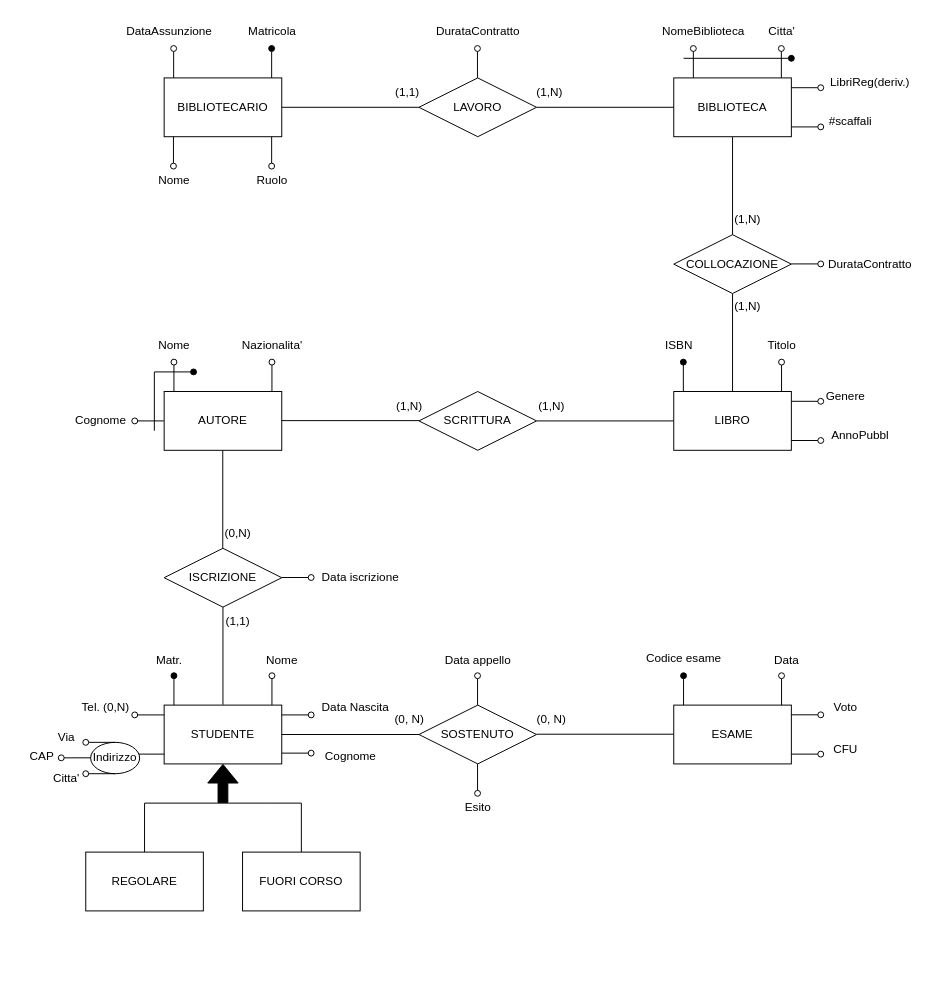
Before: Biblioteca.drawio in alexbnls/BasiDati, a draw.io diagram. Source tidied: cells renumbered, new cells numbered last; positions are measured from the earlier drawing's top-left corner, leaving out a move shared by most shapes. Both pictures are drawn from the tidied source at 98%, with x=0, y=0 at pixel (17, 17).
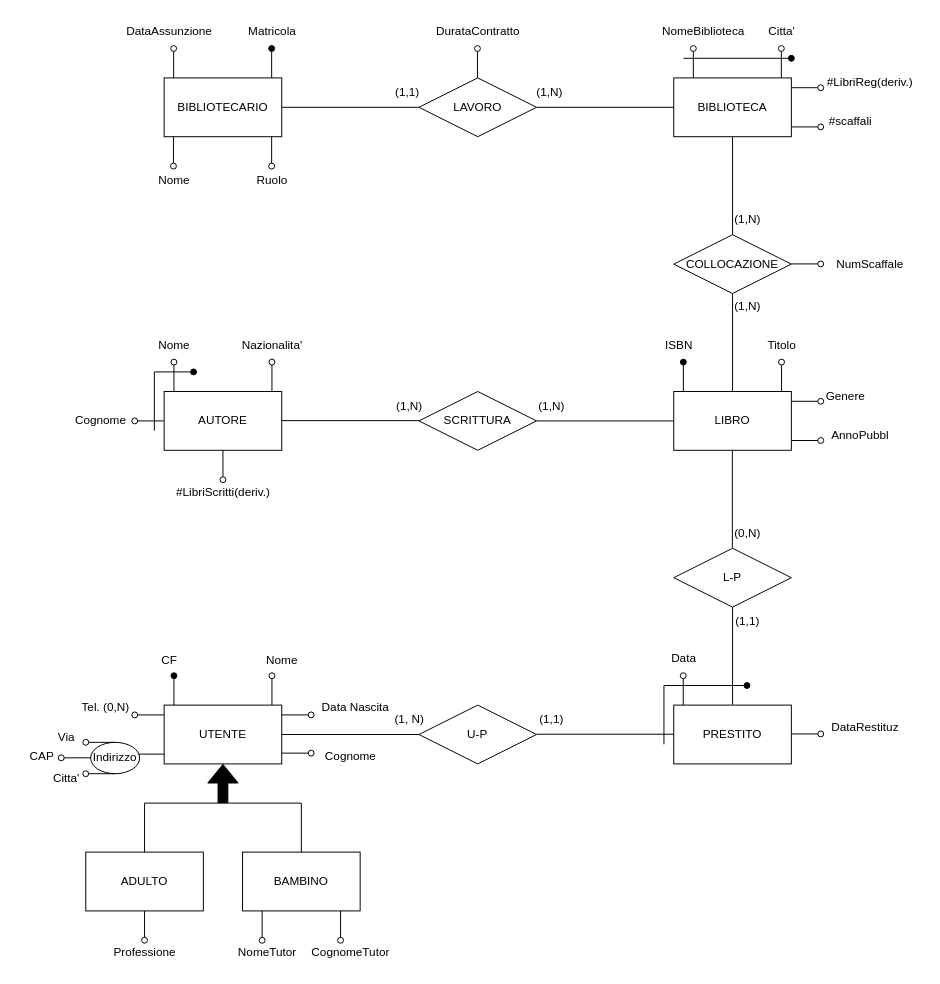
Above is the later version.

Diff of the diagram source:
```diff
@@
-    <mxCell id="2" value="STUDENTE" style="rounded=0;whiteSpace=wrap;html=1;" parent="1" vertex="1">
+    <mxCell id="2" value="UTENTE" style="rounded=0;whiteSpace=wrap;html=1;" parent="1" vertex="1">
       <mxGeometry x="150" y="702" width="120" height="60" as="geometry" />
     </mxCell>
@@
-    <mxCell id="6" value="REGOLARE" style="rounded=0;whiteSpace=wrap;html=1;" parent="1" vertex="1">
+    <mxCell id="6" value="ADULTO" style="rounded=0;whiteSpace=wrap;html=1;" parent="1" vertex="1">
       <mxGeometry x="70" y="852" width="120" height="60" as="geometry" />
     </mxCell>
-    <mxCell id="7" value="FUORI CORSO" style="rounded=0;whiteSpace=wrap;html=1;" parent="1" vertex="1">
+    <mxCell id="7" value="BAMBINO" style="rounded=0;whiteSpace=wrap;html=1;" parent="1" vertex="1">
       <mxGeometry x="230" y="852" width="120" height="60" as="geometry" />
     </mxCell>
@@
-    <mxCell id="9" value="Matr." style="text;html=1;align=center;verticalAlign=middle;strokeColor=none;fillColor=none;" parent="1" vertex="1">
-      <mxGeometry x="130" y="642" width="50" height="30" as="geometry" />
+    <mxCell id="9" value="CF" style="text;html=1;align=center;verticalAlign=middle;strokeColor=none;fillColor=none;" parent="1" vertex="1">
+      <mxGeometry x="135" y="642" width="40" height="30" as="geometry" />
     </mxCell>
@@
-    <mxCell id="26" value="SOSTENUTO" style="rhombus;whiteSpace=wrap;html=1;" parent="1" vertex="1">
+    <mxCell id="26" value="U-P" style="rhombus;whiteSpace=wrap;html=1;" parent="1" vertex="1">
       <mxGeometry x="410" y="702" width="120" height="60" as="geometry" />
     </mxCell>
@@
-    <mxCell id="29" value="ESAME" style="rounded=0;whiteSpace=wrap;html=1;" parent="1" vertex="1">
+    <mxCell id="29" value="PRESTITO" style="rounded=0;whiteSpace=wrap;html=1;" parent="1" vertex="1">
       <mxGeometry x="670" y="702" width="120" height="60" as="geometry" />
     </mxCell>
-    <mxCell id="30" style="endArrow=oval;html=1;rounded=0;endFill=0;" parent="1" edge="1">
-      <mxGeometry relative="1" as="geometry">
-        <mxPoint x="469.8" y="702" as="sourcePoint" />
-        <mxPoint x="469.8" y="672" as="targetPoint" />
-      </mxGeometry>
-    </mxCell>
-    <mxCell id="31" value="Data appello" style="text;html=1;align=center;verticalAlign=middle;strokeColor=none;fillColor=none;" parent="1" vertex="1">
-      <mxGeometry x="425" y="642" width="90" height="30" as="geometry" />
-    </mxCell>
-    <mxCell id="32" style="endArrow=oval;html=1;rounded=0;endFill=0;" parent="1" edge="1">
-      <mxGeometry relative="1" as="geometry">
-        <mxPoint x="469.8" y="762" as="sourcePoint" />
-        <mxPoint x="469.8" y="792" as="targetPoint" />
-      </mxGeometry>
-    </mxCell>
-    <mxCell id="33" value="Esito" style="text;html=1;align=center;verticalAlign=middle;strokeColor=none;fillColor=none;" parent="1" vertex="1">
-      <mxGeometry x="445" y="792" width="50" height="30" as="geometry" />
-    </mxCell>
-    <mxCell id="34" value="(0, N)" style="text;html=1;align=center;verticalAlign=middle;strokeColor=none;fillColor=none;" parent="1" vertex="1">
+    <mxCell id="34" value="(1, N)" style="text;html=1;align=center;verticalAlign=middle;strokeColor=none;fillColor=none;" parent="1" vertex="1">
       <mxGeometry x="375" y="702" width="50" height="30" as="geometry" />
     </mxCell>
-    <mxCell id="35" value="(0, N)" style="text;html=1;align=center;verticalAlign=middle;strokeColor=none;fillColor=none;" parent="1" vertex="1">
+    <mxCell id="35" value="(1,1)" style="text;html=1;align=center;verticalAlign=middle;strokeColor=none;fillColor=none;" parent="1" vertex="1">
       <mxGeometry x="520" y="702" width="50" height="30" as="geometry" />
     </mxCell>
     <mxCell id="36" style="endArrow=oval;html=1;rounded=0;endFill=1;" parent="1" edge="1">
       <mxGeometry relative="1" as="geometry">
-        <mxPoint x="680" y="702" as="sourcePoint" />
-        <mxPoint x="680" y="672" as="targetPoint" />
+        <mxPoint x="660" y="742" as="sourcePoint" />
+        <mxPoint x="744.7" y="682" as="targetPoint" />
+        <Array as="points">
+          <mxPoint x="660" y="682" />
+        </Array>
       </mxGeometry>
     </mxCell>
-    <mxCell id="37" value="Codice esame" style="text;html=1;align=center;verticalAlign=middle;strokeColor=none;fillColor=none;" parent="1" vertex="1">
-      <mxGeometry x="630" y="640" width="100" height="30" as="geometry" />
+    <mxCell id="37" value="Data" style="text;html=1;align=center;verticalAlign=middle;strokeColor=none;fillColor=none;" parent="1" vertex="1">
+      <mxGeometry x="655" y="640" width="50" height="30" as="geometry" />
     </mxCell>
     <mxCell id="38" style="endArrow=oval;html=1;rounded=0;endFill=0;" parent="1" edge="1">
       <mxGeometry relative="1" as="geometry">
-        <mxPoint x="780" y="702" as="sourcePoint" />
-        <mxPoint x="780" y="672" as="targetPoint" />
+        <mxPoint x="679.7" y="702" as="sourcePoint" />
+        <mxPoint x="679.7" y="672" as="targetPoint" />
       </mxGeometry>
     </mxCell>
-    <mxCell id="39" value="Data" style="text;html=1;align=center;verticalAlign=middle;strokeColor=none;fillColor=none;" parent="1" vertex="1">
-      <mxGeometry x="760" y="642" width="50" height="30" as="geometry" />
-    </mxCell>
     <mxCell id="40" style="endArrow=oval;html=1;rounded=0;endFill=0;" parent="1" edge="1">
       <mxGeometry relative="1" as="geometry">
-        <mxPoint x="790" y="711.9" as="sourcePoint" />
-        <mxPoint x="820" y="711.9" as="targetPoint" />
+        <mxPoint x="790" y="731.4" as="sourcePoint" />
+        <mxPoint x="820" y="731.4" as="targetPoint" />
       </mxGeometry>
     </mxCell>
-    <mxCell id="41" value="Voto" style="text;html=1;align=center;verticalAlign=middle;strokeColor=none;fillColor=none;" parent="1" vertex="1">
-      <mxGeometry x="820" y="690" width="50" height="30" as="geometry" />
+    <mxCell id="41" value="DataRestituz" style="text;html=1;align=center;verticalAlign=middle;strokeColor=none;fillColor=none;" parent="1" vertex="1">
+      <mxGeometry x="820" y="710" width="90" height="30" as="geometry" />
     </mxCell>
-    <mxCell id="42" style="endArrow=oval;html=1;rounded=0;endFill=0;" parent="1" edge="1">
-      <mxGeometry relative="1" as="geometry">
-        <mxPoint x="790" y="752" as="sourcePoint" />
-        <mxPoint x="820" y="752" as="targetPoint" />
-      </mxGeometry>
-    </mxCell>
-    <mxCell id="43" value="CFU" style="text;html=1;align=center;verticalAlign=middle;strokeColor=none;fillColor=none;" parent="1" vertex="1">
-      <mxGeometry x="820" y="732" width="50" height="30" as="geometry" />
-    </mxCell>
-    <mxCell id="44" value="ISCRIZIONE" style="rhombus;whiteSpace=wrap;html=1;" parent="1" vertex="1">
-      <mxGeometry x="150" y="542" width="120" height="60" as="geometry" />
+    <mxCell id="44" value="L-P" style="rhombus;whiteSpace=wrap;html=1;" parent="1" vertex="1">
+      <mxGeometry x="670" y="542" width="120" height="60" as="geometry" />
     </mxCell>
     <mxCell id="45" style="endArrow=none;html=1;rounded=0;exitX=1;exitY=0.5;exitDx=0;exitDy=0;" parent="1" edge="1">
       <mxGeometry relative="1" as="geometry">
-        <mxPoint x="210" y="701.6" as="sourcePoint" />
-        <mxPoint x="210" y="602" as="targetPoint" />
+        <mxPoint x="730" y="701.6" as="sourcePoint" />
+        <mxPoint x="730" y="602" as="targetPoint" />
       </mxGeometry>
     </mxCell>
     <mxCell id="46" value="(1,1)" style="text;html=1;align=center;verticalAlign=middle;strokeColor=none;fillColor=none;" parent="1" vertex="1">
-      <mxGeometry x="200" y="602" width="50" height="30" as="geometry" />
+      <mxGeometry x="720" y="602" width="50" height="30" as="geometry" />
     </mxCell>
     <mxCell id="47" style="endArrow=none;html=1;rounded=0;exitX=1;exitY=0.5;exitDx=0;exitDy=0;" parent="1" edge="1">
       <mxGeometry relative="1" as="geometry">
-        <mxPoint x="209.8" y="541.6" as="sourcePoint" />
-        <mxPoint x="209.8" y="442" as="targetPoint" />
+        <mxPoint x="729.8" y="541.6" as="sourcePoint" />
+        <mxPoint x="729.8" y="442" as="targetPoint" />
       </mxGeometry>
     </mxCell>
-    <mxCell id="48" style="endArrow=oval;html=1;rounded=0;endFill=0;" parent="1" edge="1">
-      <mxGeometry relative="1" as="geometry">
-        <mxPoint x="270" y="571.8" as="sourcePoint" />
-        <mxPoint x="300" y="571.8" as="targetPoint" />
-      </mxGeometry>
-    </mxCell>
-    <mxCell id="49" value="Data iscrizione" style="text;html=1;align=center;verticalAlign=middle;strokeColor=none;fillColor=none;" parent="1" vertex="1">
-      <mxGeometry x="300" y="557" width="100" height="30" as="geometry" />
-    </mxCell>
     <mxCell id="50" value="(0,N)" style="text;html=1;align=center;verticalAlign=middle;strokeColor=none;fillColor=none;" parent="1" vertex="1">
-      <mxGeometry x="200" y="512" width="50" height="30" as="geometry" />
+      <mxGeometry x="720" y="512" width="50" height="30" as="geometry" />
     </mxCell>
@@
-    <mxCell id="82" value="LibriReg(deriv.)" style="text;html=1;align=center;verticalAlign=middle;strokeColor=none;fillColor=none;" parent="1" vertex="1">
-      <mxGeometry x="820" y="52" width="100" height="30" as="geometry" />
+    <mxCell id="82" value="#LibriReg(deriv.)" style="text;html=1;align=center;verticalAlign=middle;strokeColor=none;fillColor=none;" parent="1" vertex="1">
+      <mxGeometry x="815" y="52" width="110" height="30" as="geometry" />
     </mxCell>
@@
-    <mxCell id="105" value="DurataContratto" style="text;html=1;align=center;verticalAlign=middle;strokeColor=none;fillColor=none;" parent="1" vertex="1">
-      <mxGeometry x="815" y="237" width="110" height="30" as="geometry" />
+    <mxCell id="105" value="NumScaffale" style="text;html=1;align=center;verticalAlign=middle;strokeColor=none;fillColor=none;" parent="1" vertex="1">
+      <mxGeometry x="825" y="237" width="90" height="30" as="geometry" />
     </mxCell>
+    <mxCell id="106" style="endArrow=oval;html=1;rounded=0;endFill=0;" parent="1" edge="1">
+      <mxGeometry relative="1" as="geometry">
+        <mxPoint x="130" y="912" as="sourcePoint" />
+        <mxPoint x="130" y="942" as="targetPoint" />
+      </mxGeometry>
+    </mxCell>
+    <mxCell id="107" style="endArrow=oval;html=1;rounded=0;endFill=0;" parent="1" edge="1">
+      <mxGeometry relative="1" as="geometry">
+        <mxPoint x="250" y="912" as="sourcePoint" />
+        <mxPoint x="250" y="942" as="targetPoint" />
+      </mxGeometry>
+    </mxCell>
+    <mxCell id="108" value="Professione" style="text;html=1;align=center;verticalAlign=middle;strokeColor=none;fillColor=none;" parent="1" vertex="1">
+      <mxGeometry x="85" y="940" width="90" height="30" as="geometry" />
+    </mxCell>
+    <mxCell id="109" value="NomeTutor" style="text;html=1;align=center;verticalAlign=middle;strokeColor=none;fillColor=none;" parent="1" vertex="1">
+      <mxGeometry x="215" y="940" width="80" height="30" as="geometry" />
+    </mxCell>
+    <mxCell id="110" style="endArrow=oval;html=1;rounded=0;endFill=0;" parent="1" edge="1">
+      <mxGeometry relative="1" as="geometry">
+        <mxPoint x="330" y="912" as="sourcePoint" />
+        <mxPoint x="330" y="942" as="targetPoint" />
+      </mxGeometry>
+    </mxCell>
+    <mxCell id="111" value="CognomeTutor" style="text;html=1;align=center;verticalAlign=middle;strokeColor=none;fillColor=none;" parent="1" vertex="1">
+      <mxGeometry x="290" y="940" width="100" height="30" as="geometry" />
+    </mxCell>
+    <mxCell id="112" style="endArrow=oval;html=1;rounded=0;endFill=0;" parent="1" edge="1">
+      <mxGeometry relative="1" as="geometry">
+        <mxPoint x="210" y="442" as="sourcePoint" />
+        <mxPoint x="210" y="472" as="targetPoint" />
+      </mxGeometry>
+    </mxCell>
+    <mxCell id="113" value="#LibriScritti(deriv.)" style="text;html=1;align=center;verticalAlign=middle;strokeColor=none;fillColor=none;" parent="1" vertex="1">
+      <mxGeometry x="150" y="470" width="120" height="30" as="geometry" />
+    </mxCell>
```
